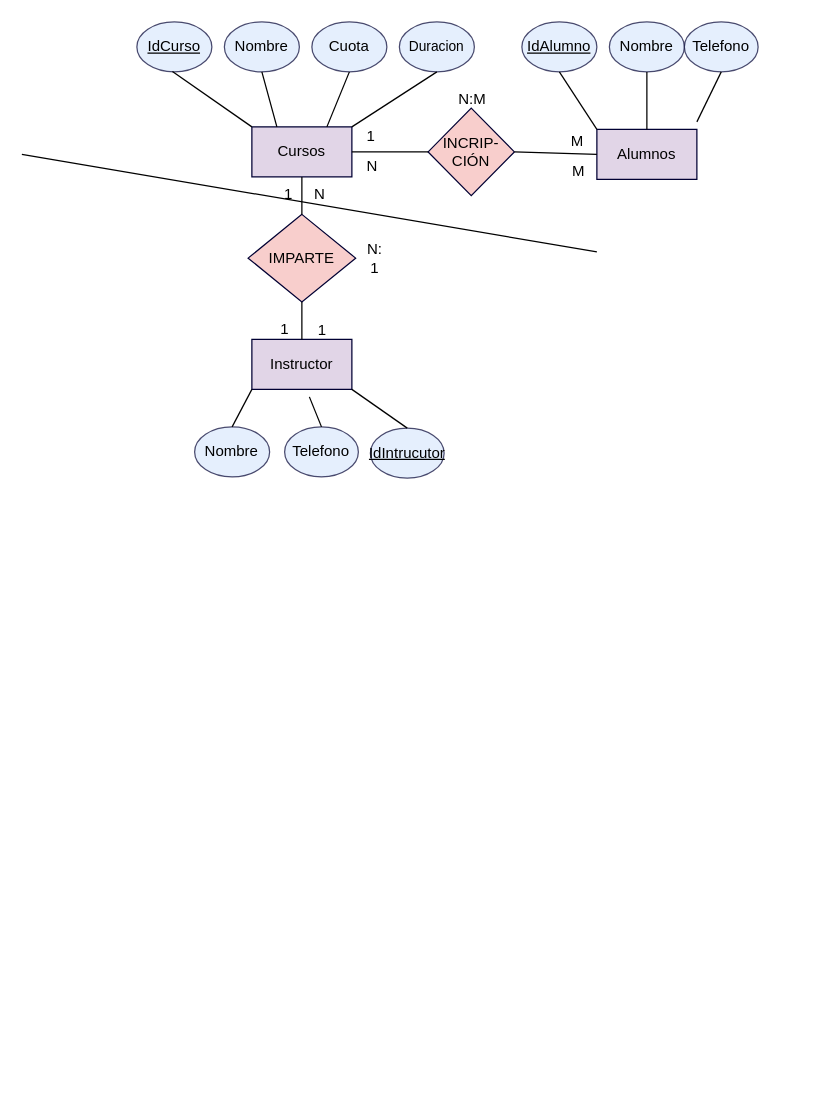
jesicaacosta/PracticasAutocadMedios1 keeps this draw.io diagram as EntidadRelacion.drawio. Above is the earlier version. Source tidied: cells renumbered, new cells numbered last; positions are measured from the earlier drawing's top-left corner, leaving out a move shared by most shapes. Both pictures are drawn from the tidied source at 125%, with x=0, y=0 at pixel (21, 21).
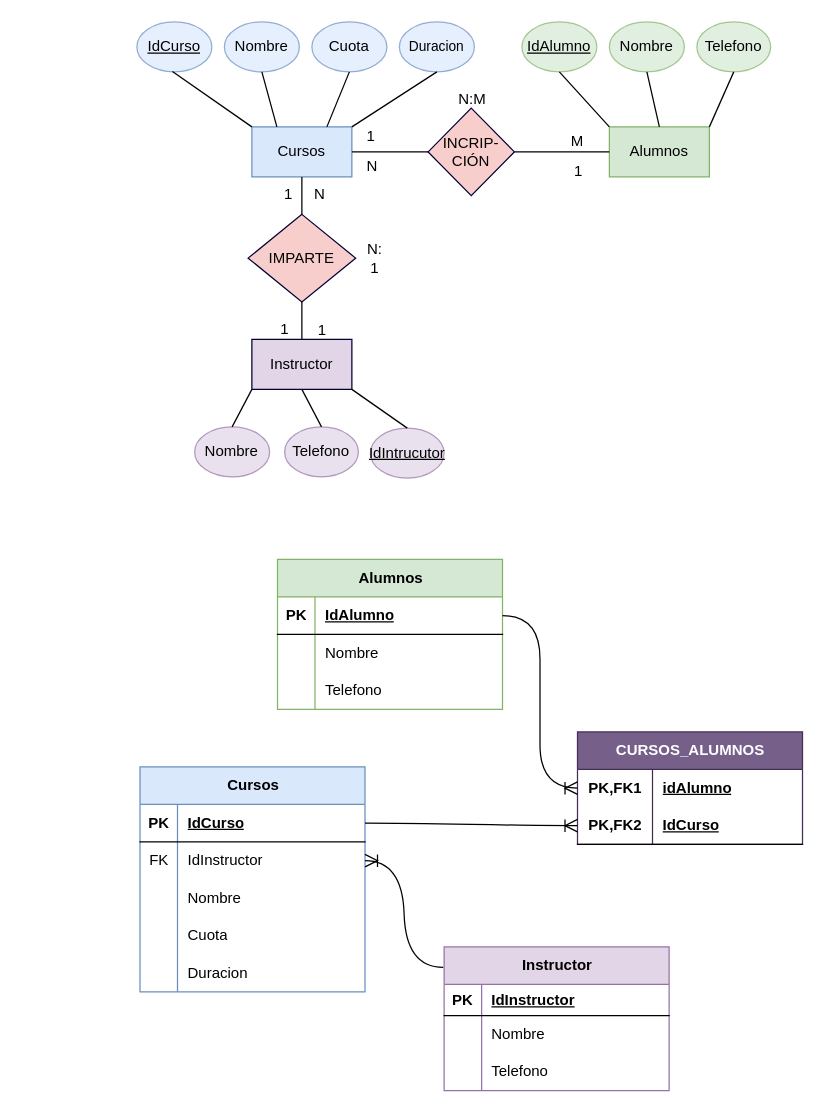
The same page after the edit.

Unchanged cells that the change refers to:
```xml
<mxCell id="8" value="Instructor" style="rounded=0;whiteSpace=wrap;html=1;fillColor=#e1d5e7;strokeColor=#000033;" parent="1" vertex="1">
  <mxGeometry x="184" y="254" width="80" height="40" as="geometry" />
</mxCell>
```

Diff of the diagram source:
```diff
@@
-    <mxCell id="2" value="&lt;font style=&quot;font-size: 11px;&quot;&gt;Duracion&lt;/font&gt;" style="ellipse;whiteSpace=wrap;html=1;fillColor=#dae8fc;strokeColor=#000033;fillStyle=auto;opacity=70;" parent="1" vertex="1">
+    <mxCell id="2" value="&lt;font style=&quot;font-size: 11px;&quot;&gt;Duracion&lt;/font&gt;" style="ellipse;whiteSpace=wrap;html=1;fillColor=#dae8fc;strokeColor=#6c8ebf;fillStyle=auto;opacity=70;" parent="1" vertex="1">
       <mxGeometry x="302" width="60" height="40" as="geometry" />
     </mxCell>
-    <mxCell id="3" value="Cursos" style="rounded=0;whiteSpace=wrap;html=1;fillColor=#e1d5e7;strokeColor=#000033;" parent="1" vertex="1">
+    <mxCell id="3" value="Cursos" style="rounded=0;whiteSpace=wrap;html=1;fillColor=#dae8fc;strokeColor=#6c8ebf;" parent="1" vertex="1">
       <mxGeometry x="184" y="84" width="80" height="40" as="geometry" />
     </mxCell>
-    <mxCell id="4" value="&lt;u&gt;IdCurso&lt;/u&gt;" style="ellipse;whiteSpace=wrap;html=1;fillColor=#dae8fc;strokeColor=#000033;fillStyle=auto;opacity=70;" parent="1" vertex="1">
+    <mxCell id="4" value="&lt;u&gt;IdCurso&lt;/u&gt;" style="ellipse;whiteSpace=wrap;html=1;fillColor=#dae8fc;strokeColor=#6c8ebf;fillStyle=auto;opacity=70;" parent="1" vertex="1">
       <mxGeometry x="92" width="60" height="40" as="geometry" />
     </mxCell>
-    <mxCell id="5" value="Nombre" style="ellipse;whiteSpace=wrap;html=1;fillColor=#dae8fc;strokeColor=#000033;fillStyle=auto;opacity=70;" parent="1" vertex="1">
+    <mxCell id="5" value="Nombre" style="ellipse;whiteSpace=wrap;html=1;fillColor=#dae8fc;strokeColor=#6c8ebf;fillStyle=auto;opacity=70;" parent="1" vertex="1">
       <mxGeometry x="162" width="60" height="40" as="geometry" />
     </mxCell>
-    <mxCell id="6" value="Cuota" style="ellipse;whiteSpace=wrap;html=1;fillColor=#dae8fc;strokeColor=#000033;fillStyle=auto;opacity=70;" parent="1" vertex="1">
+    <mxCell id="6" value="Cuota" style="ellipse;whiteSpace=wrap;html=1;fillColor=#dae8fc;strokeColor=#6c8ebf;fillStyle=auto;opacity=70;" parent="1" vertex="1">
       <mxGeometry x="232" width="60" height="40" as="geometry" />
     </mxCell>
@@
-    <mxCell id="9" value="Nombre" style="ellipse;whiteSpace=wrap;html=1;fillColor=#dae8fc;strokeColor=#000033;fillStyle=auto;opacity=70;" parent="1" vertex="1">
+    <mxCell id="9" value="Nombre" style="ellipse;whiteSpace=wrap;html=1;fillColor=#e1d5e7;strokeColor=#9673a6;fillStyle=auto;opacity=70;" parent="1" vertex="1">
       <mxGeometry x="138.2" y="324" width="60" height="40" as="geometry" />
     </mxCell>
-    <mxCell id="10" value="Telefono" style="ellipse;whiteSpace=wrap;html=1;fillColor=#dae8fc;strokeColor=#000033;fillStyle=auto;opacity=70;" parent="1" vertex="1">
+    <mxCell id="10" value="Telefono" style="ellipse;whiteSpace=wrap;html=1;fillColor=#e1d5e7;strokeColor=#9673a6;fillStyle=auto;opacity=70;" parent="1" vertex="1">
       <mxGeometry x="210.2" y="324" width="59" height="40" as="geometry" />
     </mxCell>
-    <mxCell id="11" value="Alumnos" style="rounded=0;whiteSpace=wrap;html=1;fillColor=#e1d5e7;strokeColor=#000033;" parent="1" vertex="1">
-      <mxGeometry x="460" y="86" width="80" height="40" as="geometry" />
+    <mxCell id="11" value="Alumnos" style="rounded=0;whiteSpace=wrap;html=1;fillColor=#d5e8d4;strokeColor=#82b366;" parent="1" vertex="1">
+      <mxGeometry x="470" y="84" width="80" height="40" as="geometry" />
     </mxCell>
-    <mxCell id="12" value="Nombre" style="ellipse;whiteSpace=wrap;html=1;fillColor=#dae8fc;strokeColor=#000033;fillStyle=auto;opacity=70;" parent="1" vertex="1">
+    <mxCell id="12" value="Nombre" style="ellipse;whiteSpace=wrap;html=1;fillColor=#d5e8d4;strokeColor=#82b366;fillStyle=auto;opacity=70;" parent="1" vertex="1">
       <mxGeometry x="470" width="60" height="40" as="geometry" />
     </mxCell>
-    <mxCell id="13" value="Telefono" style="ellipse;whiteSpace=wrap;html=1;fillColor=#dae8fc;strokeColor=#000033;fillStyle=auto;opacity=70;" parent="1" vertex="1">
-      <mxGeometry x="530" width="59" height="40" as="geometry" />
+    <mxCell id="13" value="Telefono" style="ellipse;whiteSpace=wrap;html=1;fillColor=#d5e8d4;strokeColor=#82b366;fillStyle=auto;opacity=70;" parent="1" vertex="1">
+      <mxGeometry x="540" width="59" height="40" as="geometry" />
     </mxCell>
@@
-    <mxCell id="15" style="endArrow=none;html=1;rounded=0;exitX=1;exitY=0.5;exitDx=0;exitDy=0;entryX=0;entryY=0.5;entryDx=0;entryDy=0;" parent="1" edge="1">
-      <mxGeometry relative="1" as="geometry">
-        <mxPoint y="106" as="sourcePoint" />
-        <mxPoint x="460" y="184" as="targetPoint" />
-      </mxGeometry>
-    </mxCell>
@@
-    <mxCell id="24" style="endArrow=none;html=1;rounded=0;exitX=0.5;exitY=0;exitDx=0;exitDy=0;" parent="1" edge="1" source="10">
-      <mxGeometry relative="1" as="geometry">
-        <mxPoint x="230" y="300" as="targetPoint" />
-      </mxGeometry>
+    <mxCell id="24" style="endArrow=none;html=1;rounded=0;exitX=0.5;exitY=0;exitDx=0;exitDy=0;entryX=0.5;entryY=1;entryDx=0;entryDy=0;" parent="1" edge="1" source="10" target="8">
+      <mxGeometry relative="1" as="geometry" />
     </mxCell>
@@
-    <mxCell id="27" style="endArrow=none;html=1;rounded=0;entryX=0.5;entryY=1;entryDx=0;entryDy=0;" parent="1" edge="1" target="13">
-      <mxGeometry relative="1" as="geometry">
-        <mxPoint x="540" y="80" as="sourcePoint" />
-      </mxGeometry>
+    <mxCell id="27" style="endArrow=none;html=1;rounded=0;entryX=0.5;entryY=1;entryDx=0;entryDy=0;exitX=1;exitY=0;exitDx=0;exitDy=0;" parent="1" edge="1" source="11" target="13">
+      <mxGeometry relative="1" as="geometry" />
     </mxCell>
@@
-    <mxCell id="31" value="M" style="text;html=1;align=center;verticalAlign=middle;strokeColor=none;fillColor=none;" parent="1" vertex="1">
+    <mxCell id="31" value="1" style="text;html=1;align=center;verticalAlign=middle;strokeColor=none;fillColor=none;" parent="1" vertex="1">
       <mxGeometry x="430" y="105" width="30" height="30" as="geometry" />
     </mxCell>
@@
-    <mxCell id="38" value="&lt;u&gt;IdIntrucutor&lt;/u&gt;" style="ellipse;whiteSpace=wrap;html=1;fillColor=#dae8fc;strokeColor=#000033;fillStyle=auto;opacity=70;" parent="1" vertex="1">
+    <mxCell id="38" value="&lt;u&gt;IdIntrucutor&lt;/u&gt;" style="ellipse;whiteSpace=wrap;html=1;fillColor=#e1d5e7;strokeColor=#9673a6;fillStyle=auto;opacity=70;" parent="1" vertex="1">
       <mxGeometry x="278.8" y="325" width="59" height="40" as="geometry" />
     </mxCell>
@@
-    <mxCell id="40" value="&lt;u&gt;IdAlumno&lt;/u&gt;" style="ellipse;whiteSpace=wrap;html=1;fillColor=#dae8fc;strokeColor=#000033;fillStyle=auto;opacity=70;" parent="1" vertex="1">
+    <mxCell id="40" value="&lt;u&gt;IdAlumno&lt;/u&gt;" style="ellipse;whiteSpace=wrap;html=1;fillColor=#d5e8d4;strokeColor=#82b366;fillStyle=auto;opacity=70;" parent="1" vertex="1">
       <mxGeometry x="400" width="60" height="40" as="geometry" />
     </mxCell>
-    <mxCell id="41" style="endArrow=none;html=1;rounded=0;entryX=0.25;entryY=0;entryDx=0;entryDy=0;exitX=0.5;exitY=1;exitDx=0;exitDy=0;" parent="1" edge="1" source="40">
-      <mxGeometry relative="1" as="geometry">
-        <mxPoint x="460" y="86" as="targetPoint" />
-      </mxGeometry>
+    <mxCell id="41" style="endArrow=none;html=1;rounded=0;entryX=0;entryY=0;entryDx=0;entryDy=0;exitX=0.5;exitY=1;exitDx=0;exitDy=0;" parent="1" edge="1" source="40" target="11">
+      <mxGeometry relative="1" as="geometry" />
     </mxCell>
+    <mxCell id="42" value="Cursos" style="shape=table;startSize=30;childLayout=tableLayout;rowLines=0;fontStyle=1;align=center;html=1;fillColor=#dae8fc;strokeColor=#6c8ebf;" parent="1" vertex="1">
+      <mxGeometry x="94.5" y="596" width="180" height="180" as="geometry" />
+    </mxCell>
+    <mxCell id="43" style="shape=tableRow;horizontal=0;startSize=0;swimlaneHead=0;swimlaneBody=0;fillColor=none;points=[[0,0.5],[1,0.5]];portConstraint=eastwest;top=0;left=0;right=0;bottom=1;" parent="42" vertex="1">
+      <mxGeometry y="30" width="180" height="30" as="geometry" />
+    </mxCell>
+    <mxCell id="44" value="PK" style="shape=partialRectangle;fillColor=none;top=0;left=0;bottom=0;right=0;fontStyle=1;overflow=hidden;whiteSpace=wrap;html=1;" parent="43" vertex="1">
+      <mxGeometry width="30" height="30" as="geometry" />
+    </mxCell>
+    <mxCell id="45" value="IdCurso" style="shape=partialRectangle;fillColor=none;top=0;left=0;bottom=0;right=0;align=left;spacingLeft=6;fontStyle=5;overflow=hidden;whiteSpace=wrap;html=1;" parent="43" vertex="1">
+      <mxGeometry x="30" width="150" height="30" as="geometry" />
+    </mxCell>
+    <mxCell id="46" style="shape=tableRow;horizontal=0;startSize=0;swimlaneHead=0;swimlaneBody=0;fillColor=none;points=[[0,0.5],[1,0.5]];portConstraint=eastwest;top=0;left=0;right=0;bottom=0;" parent="42" vertex="1">
+      <mxGeometry y="60" width="180" height="30" as="geometry" />
+    </mxCell>
+    <mxCell id="47" value="FK" style="shape=partialRectangle;fillColor=none;top=0;left=0;bottom=0;right=0;fontStyle=0;overflow=hidden;whiteSpace=wrap;html=1;" parent="46" vertex="1">
+      <mxGeometry width="30" height="30" as="geometry" />
+    </mxCell>
+    <mxCell id="48" value="IdInstructor" style="shape=partialRectangle;fillColor=none;top=0;left=0;bottom=0;right=0;align=left;spacingLeft=6;fontStyle=0;overflow=hidden;whiteSpace=wrap;html=1;" parent="46" vertex="1">
+      <mxGeometry x="30" width="150" height="30" as="geometry" />
+    </mxCell>
+    <mxCell id="49" style="shape=tableRow;horizontal=0;startSize=0;swimlaneHead=0;swimlaneBody=0;fillColor=none;top=0;left=0;right=0;bottom=0;" parent="42" vertex="1">
+      <mxGeometry y="90" width="180" height="30" as="geometry" />
+    </mxCell>
+    <mxCell id="50" style="shape=partialRectangle;fillColor=none;top=0;left=0;bottom=0;right=0;overflow=hidden;whiteSpace=wrap;html=1;" parent="49" vertex="1">
+      <mxGeometry width="30" height="30" as="geometry" />
+    </mxCell>
+    <mxCell id="51" value="Nombre" style="shape=partialRectangle;fillColor=none;top=0;left=0;bottom=0;right=0;align=left;spacingLeft=6;overflow=hidden;whiteSpace=wrap;html=1;" parent="49" vertex="1">
+      <mxGeometry x="30" width="150" height="30" as="geometry" />
+    </mxCell>
+    <mxCell id="52" style="shape=tableRow;horizontal=0;startSize=0;swimlaneHead=0;swimlaneBody=0;fillColor=none;top=0;left=0;right=0;bottom=0;" parent="42" vertex="1">
+      <mxGeometry y="120" width="180" height="30" as="geometry" />
+    </mxCell>
+    <mxCell id="53" style="shape=partialRectangle;fillColor=none;top=0;left=0;bottom=0;right=0;overflow=hidden;whiteSpace=wrap;html=1;" parent="52" vertex="1">
+      <mxGeometry width="30" height="30" as="geometry" />
+    </mxCell>
+    <mxCell id="54" value="Cuota" style="shape=partialRectangle;fillColor=none;top=0;left=0;bottom=0;right=0;align=left;spacingLeft=6;overflow=hidden;whiteSpace=wrap;html=1;" parent="52" vertex="1">
+      <mxGeometry x="30" width="150" height="30" as="geometry" />
+    </mxCell>
+    <mxCell id="55" style="shape=tableRow;horizontal=0;startSize=0;swimlaneHead=0;swimlaneBody=0;fillColor=none;top=0;left=0;right=0;bottom=0;" parent="42" vertex="1">
+      <mxGeometry y="150" width="180" height="30" as="geometry" />
+    </mxCell>
+    <mxCell id="56" style="shape=partialRectangle;fillColor=none;top=0;left=0;bottom=0;right=0;overflow=hidden;whiteSpace=wrap;html=1;" parent="55" vertex="1">
+      <mxGeometry width="30" height="30" as="geometry" />
+    </mxCell>
+    <mxCell id="57" value="Duracion" style="shape=partialRectangle;fillColor=none;top=0;left=0;bottom=0;right=0;align=left;spacingLeft=6;overflow=hidden;whiteSpace=wrap;html=1;" parent="55" vertex="1">
+      <mxGeometry x="30" width="150" height="30" as="geometry" />
+    </mxCell>
+    <mxCell id="58" value="Instructor" style="shape=table;startSize=30;childLayout=tableLayout;rowLines=0;fontStyle=1;align=center;html=1;fillColor=#e1d5e7;strokeColor=#9673a6;" parent="1" vertex="1">
+      <mxGeometry x="337.8" y="740" width="180" height="115" as="geometry" />
+    </mxCell>
+    <mxCell id="59" style="shape=tableRow;horizontal=0;startSize=0;swimlaneHead=0;swimlaneBody=0;fillColor=none;top=0;left=0;right=0;bottom=1;" parent="58" vertex="1">
+      <mxGeometry y="30" width="180" height="25" as="geometry" />
+    </mxCell>
+    <mxCell id="60" value="PK" style="shape=partialRectangle;fillColor=none;top=0;left=0;bottom=0;right=0;fontStyle=1;overflow=hidden;whiteSpace=wrap;html=1;" parent="59" vertex="1">
+      <mxGeometry width="30" height="25" as="geometry" />
+    </mxCell>
+    <mxCell id="61" value="IdInstructor" style="shape=partialRectangle;fillColor=none;top=0;left=0;bottom=0;right=0;align=left;spacingLeft=6;fontStyle=5;overflow=hidden;whiteSpace=wrap;html=1;" parent="59" vertex="1">
+      <mxGeometry x="30" width="150" height="25" as="geometry" />
+    </mxCell>
+    <mxCell id="62" style="shape=tableRow;horizontal=0;startSize=0;swimlaneHead=0;swimlaneBody=0;fillColor=none;top=0;left=0;right=0;bottom=0;" parent="58" vertex="1">
+      <mxGeometry y="55" width="180" height="30" as="geometry" />
+    </mxCell>
+    <mxCell id="63" style="shape=partialRectangle;fillColor=none;top=0;left=0;bottom=0;right=0;overflow=hidden;whiteSpace=wrap;html=1;" parent="62" vertex="1">
+      <mxGeometry width="30" height="30" as="geometry" />
+    </mxCell>
+    <mxCell id="64" value="Nombre" style="shape=partialRectangle;fillColor=none;top=0;left=0;bottom=0;right=0;align=left;spacingLeft=6;overflow=hidden;whiteSpace=wrap;html=1;" parent="62" vertex="1">
+      <mxGeometry x="30" width="150" height="30" as="geometry" />
+    </mxCell>
+    <mxCell id="65" style="shape=tableRow;horizontal=0;startSize=0;swimlaneHead=0;swimlaneBody=0;fillColor=none;top=0;left=0;right=0;bottom=0;" parent="58" vertex="1">
+      <mxGeometry y="85" width="180" height="30" as="geometry" />
+    </mxCell>
+    <mxCell id="66" style="shape=partialRectangle;fillColor=none;top=0;left=0;bottom=0;right=0;overflow=hidden;whiteSpace=wrap;html=1;" parent="65" vertex="1">
+      <mxGeometry width="30" height="30" as="geometry" />
+    </mxCell>
+    <mxCell id="67" value="Telefono" style="shape=partialRectangle;fillColor=none;top=0;left=0;bottom=0;right=0;align=left;spacingLeft=6;overflow=hidden;whiteSpace=wrap;html=1;" parent="65" vertex="1">
+      <mxGeometry x="30" width="150" height="30" as="geometry" />
+    </mxCell>
+    <mxCell id="68" value="Alumnos" style="shape=table;startSize=30;childLayout=tableLayout;rowLines=0;fontStyle=1;align=center;html=1;fillColor=#d5e8d4;strokeColor=#82b366;" parent="1" vertex="1">
+      <mxGeometry x="204.5" y="430" width="180" height="120" as="geometry" />
+    </mxCell>
+    <mxCell id="69" style="shape=tableRow;horizontal=0;startSize=0;swimlaneHead=0;swimlaneBody=0;fillColor=none;points=[[0,0.5],[1,0.5]];portConstraint=eastwest;top=0;left=0;right=0;bottom=1;" parent="68" vertex="1">
+      <mxGeometry y="30" width="180" height="30" as="geometry" />
+    </mxCell>
+    <mxCell id="70" value="PK" style="shape=partialRectangle;fillColor=none;top=0;left=0;bottom=0;right=0;fontStyle=1;overflow=hidden;whiteSpace=wrap;html=1;" parent="69" vertex="1">
+      <mxGeometry width="30" height="30" as="geometry" />
+    </mxCell>
+    <mxCell id="71" value="IdAlumno" style="shape=partialRectangle;fillColor=none;top=0;left=0;bottom=0;right=0;align=left;spacingLeft=6;fontStyle=5;overflow=hidden;whiteSpace=wrap;html=1;" parent="69" vertex="1">
+      <mxGeometry x="30" width="150" height="30" as="geometry" />
+    </mxCell>
+    <mxCell id="72" style="shape=tableRow;horizontal=0;startSize=0;swimlaneHead=0;swimlaneBody=0;fillColor=none;top=0;left=0;right=0;bottom=0;" parent="68" vertex="1">
+      <mxGeometry y="60" width="180" height="30" as="geometry" />
+    </mxCell>
+    <mxCell id="73" style="shape=partialRectangle;fillColor=none;top=0;left=0;bottom=0;right=0;overflow=hidden;whiteSpace=wrap;html=1;" parent="72" vertex="1">
+      <mxGeometry width="30" height="30" as="geometry" />
+    </mxCell>
+    <mxCell id="74" value="Nombre" style="shape=partialRectangle;fillColor=none;top=0;left=0;bottom=0;right=0;align=left;spacingLeft=6;overflow=hidden;whiteSpace=wrap;html=1;" parent="72" vertex="1">
+      <mxGeometry x="30" width="150" height="30" as="geometry" />
+    </mxCell>
+    <mxCell id="75" style="shape=tableRow;horizontal=0;startSize=0;swimlaneHead=0;swimlaneBody=0;fillColor=none;top=0;left=0;right=0;bottom=0;" parent="68" vertex="1">
+      <mxGeometry y="90" width="180" height="30" as="geometry" />
+    </mxCell>
+    <mxCell id="76" style="shape=partialRectangle;fillColor=none;top=0;left=0;bottom=0;right=0;overflow=hidden;whiteSpace=wrap;html=1;" parent="75" vertex="1">
+      <mxGeometry width="30" height="30" as="geometry" />
+    </mxCell>
+    <mxCell id="77" value="Telefono" style="shape=partialRectangle;fillColor=none;top=0;left=0;bottom=0;right=0;align=left;spacingLeft=6;overflow=hidden;whiteSpace=wrap;html=1;" parent="75" vertex="1">
+      <mxGeometry x="30" width="150" height="30" as="geometry" />
+    </mxCell>
+    <mxCell id="78" style="edgeStyle=entityRelationEdgeStyle;fontSize=12;html=1;endArrow=ERoneToMany;rounded=0;startSize=8;endSize=8;curved=1;entryX=1;entryY=0.5;entryDx=0;entryDy=0;exitX=-0.004;exitY=0.142;exitDx=0;exitDy=0;exitPerimeter=0;" parent="1" edge="1" source="58" target="46">
+      <mxGeometry relative="1" as="geometry" />
+    </mxCell>
+    <mxCell id="79" value="CURSOS_ALUMNOS" style="shape=table;startSize=30;childLayout=tableLayout;rowLines=0;fontStyle=1;align=center;html=1;whiteSpace=wrap;fillColor=#76608a;strokeColor=#432D57;fontColor=#ffffff;" parent="1" vertex="1">
+      <mxGeometry x="444.5" y="568" width="180" height="90" as="geometry" />
+    </mxCell>
+    <mxCell id="80" style="shape=tableRow;horizontal=0;startSize=0;swimlaneHead=0;swimlaneBody=0;fillColor=none;points=[[0,0.5],[1,0.5]];portConstraint=eastwest;top=0;left=0;right=0;bottom=0;html=1;" parent="79" vertex="1">
+      <mxGeometry y="30" width="180" height="30" as="geometry" />
+    </mxCell>
+    <mxCell id="81" value="PK,FK1" style="shape=partialRectangle;fillColor=none;top=0;left=0;bottom=0;right=0;fontStyle=1;overflow=hidden;html=1;whiteSpace=wrap;" parent="80" vertex="1">
+      <mxGeometry width="60" height="30" as="geometry" />
+    </mxCell>
+    <mxCell id="82" value="idAlumno" style="shape=partialRectangle;fillColor=none;top=0;left=0;bottom=0;right=0;align=left;spacingLeft=6;fontStyle=5;overflow=hidden;html=1;whiteSpace=wrap;" parent="80" vertex="1">
+      <mxGeometry x="60" width="120" height="30" as="geometry" />
+    </mxCell>
+    <mxCell id="83" style="shape=tableRow;horizontal=0;startSize=0;swimlaneHead=0;swimlaneBody=0;fillColor=none;points=[[0,0.5],[1,0.5]];portConstraint=eastwest;top=0;left=0;right=0;bottom=1;html=1;" parent="79" vertex="1">
+      <mxGeometry y="60" width="180" height="30" as="geometry" />
+    </mxCell>
+    <mxCell id="84" value="PK,FK2" style="shape=partialRectangle;fillColor=none;top=0;left=0;bottom=0;right=0;fontStyle=1;overflow=hidden;html=1;whiteSpace=wrap;" parent="83" vertex="1">
+      <mxGeometry width="60" height="30" as="geometry" />
+    </mxCell>
+    <mxCell id="85" value="IdCurso" style="shape=partialRectangle;fillColor=none;top=0;left=0;bottom=0;right=0;align=left;spacingLeft=6;fontStyle=5;overflow=hidden;html=1;whiteSpace=wrap;" parent="83" vertex="1">
+      <mxGeometry x="60" width="120" height="30" as="geometry" />
+    </mxCell>
+    <mxCell id="86" style="edgeStyle=entityRelationEdgeStyle;fontSize=12;html=1;endArrow=ERoneToMany;rounded=0;startSize=8;endSize=8;curved=1;entryX=0;entryY=0.5;entryDx=0;entryDy=0;exitX=1;exitY=0.5;exitDx=0;exitDy=0;" parent="1" edge="1" source="69" target="80">
+      <mxGeometry relative="1" as="geometry" />
+    </mxCell>
+    <mxCell id="87" style="edgeStyle=entityRelationEdgeStyle;fontSize=12;html=1;endArrow=ERoneToMany;rounded=0;startSize=8;endSize=8;curved=1;entryX=0;entryY=0.5;entryDx=0;entryDy=0;exitX=1;exitY=0.5;exitDx=0;exitDy=0;" parent="1" edge="1" source="43" target="83">
+      <mxGeometry relative="1" as="geometry" />
+    </mxCell>
```
